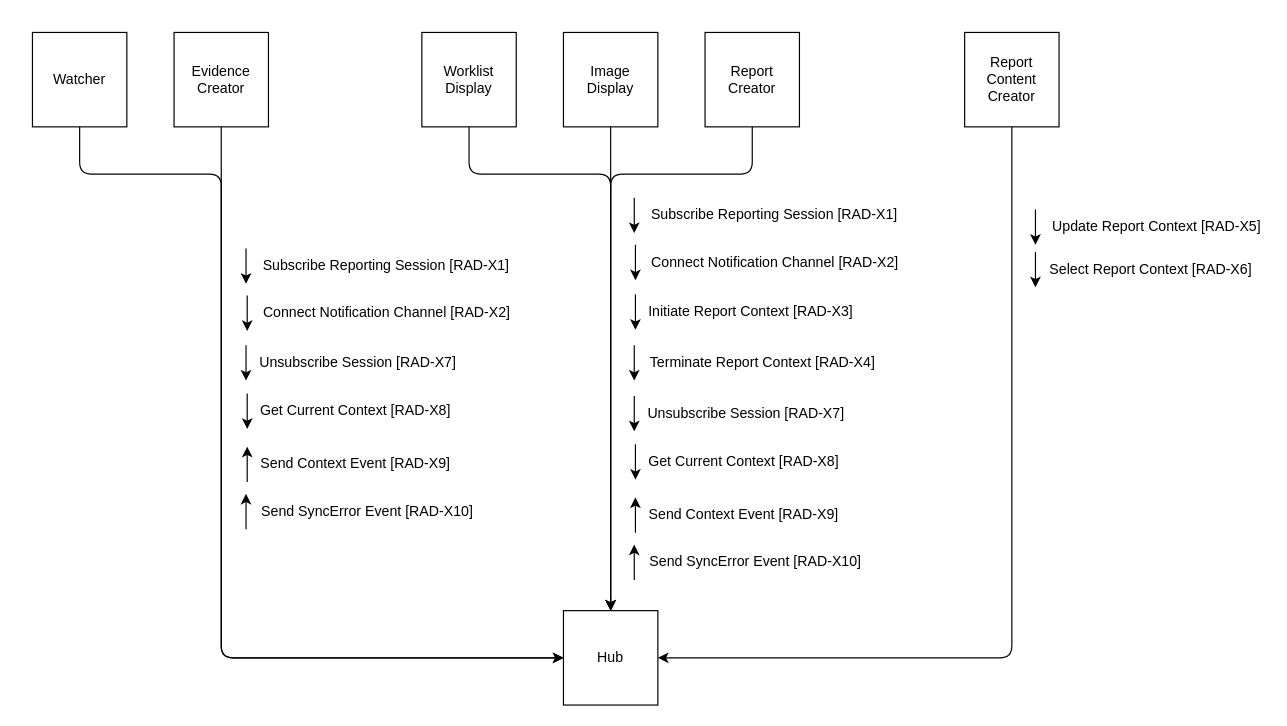
IHE/RAD.IRA keeps this draw.io diagram as page "Full Actors Only" (1 of 4) of input/images-source/actor_transaction.drawio. Above is the earlier version. Source tidied: cells renumbered, new cells numbered last; positions are measured from the earlier drawing's top-left corner, leaving out a move shared by most shapes. Both pictures are drawn from the tidied source at 118%, with x=0, y=0 at pixel (32, 32).
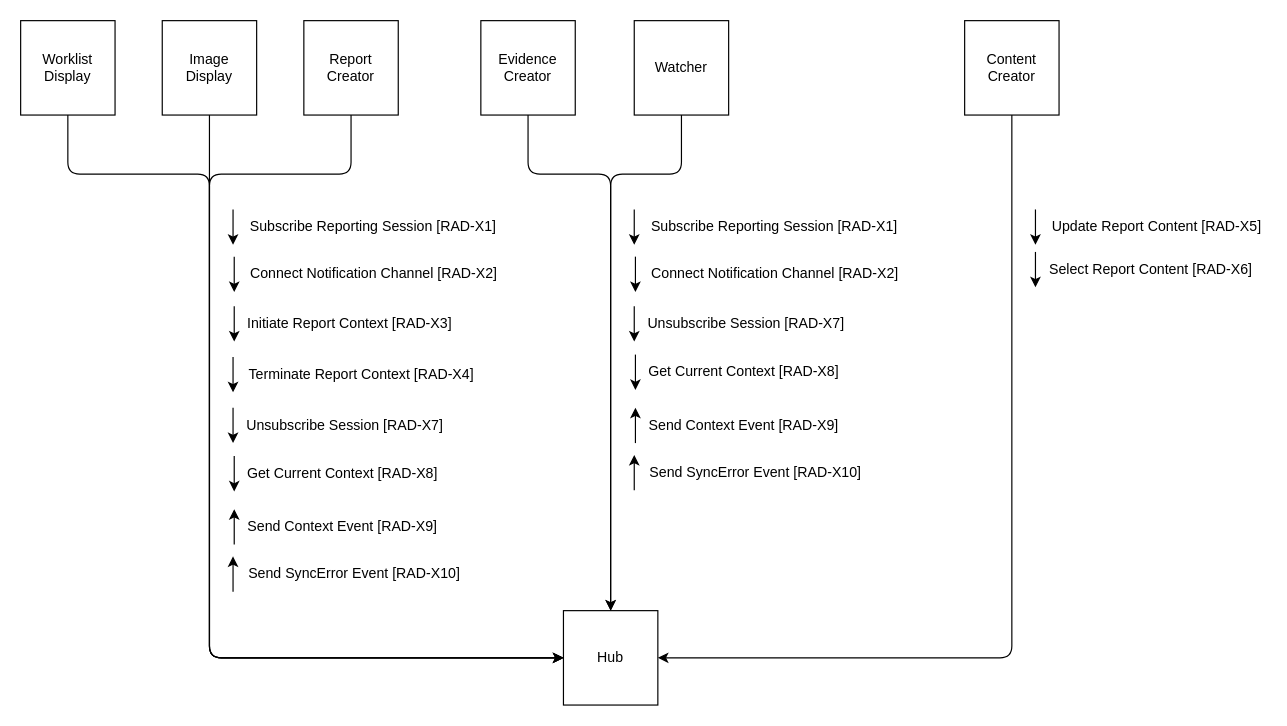
After the change.

Commit message (it also covers changes not shown here):
Updated the actors order. Rename to Content Creator.

Unchanged cells that the change refers to:
```xml
<mxCell id="8" value="Hub" style="whiteSpace=wrap;html=1;" parent="1" vertex="1">
  <mxGeometry x="450" y="490" width="80" height="80" as="geometry" />
</mxCell>
<mxCell id="45" style="group;" parent="1" vertex="1">
  <mxGeometry x="850" y="150" width="196" height="66" as="geometry" />
</mxCell>
```

Diff of the diagram source:
```diff
@@
-    <mxCell id="2" style="edgeStyle=none;html=1;exitX=0.5;exitY=1;exitDx=0;exitDy=0;" parent="1" edge="1" source="3">
-      <mxGeometry relative="1" as="geometry">
-        <mxPoint x="490" y="490" as="targetPoint" />
-        <Array as="points">
-          <mxPoint x="370" y="120" />
-          <mxPoint x="490" y="120" />
-        </Array>
-      </mxGeometry>
-    </mxCell>
+    <mxCell id="50" style="edgeStyle=none;html=1;exitX=0.5;exitY=1;exitDx=0;exitDy=0;" parent="1" edge="1" source="3">
+      <mxGeometry relative="1" as="geometry">
+        <mxPoint x="450" y="530" as="targetPoint" />
+        <Array as="points">
+          <mxPoint x="30" y="120" />
+          <mxPoint x="150" y="120" />
+          <mxPoint x="150" y="530" />
+        </Array>
+      </mxGeometry>
+    </mxCell>
     <mxCell id="3" value="Worklist Display" style="whiteSpace=wrap;html=1;" parent="1" vertex="1">
-      <mxGeometry x="330" width="80" height="80" as="geometry" />
+      <mxGeometry x="-10" y="-10" width="80" height="80" as="geometry" />
     </mxCell>
-    <mxCell id="4" style="edgeStyle=none;html=1;exitX=0.5;exitY=1;exitDx=0;exitDy=0;entryX=0.5;entryY=0;entryDx=0;entryDy=0;" parent="1" edge="1" source="5" target="8">
-      <mxGeometry relative="1" as="geometry" />
+    <mxCell id="4" style="edgeStyle=none;html=1;exitX=0.5;exitY=1;exitDx=0;exitDy=0;entryX=0;entryY=0.5;entryDx=0;entryDy=0;" parent="1" edge="1" source="5" target="8">
+      <mxGeometry relative="1" as="geometry">
+        <Array as="points">
+          <mxPoint x="150" y="530" />
+        </Array>
+      </mxGeometry>
     </mxCell>
     <mxCell id="5" value="Image&lt;br&gt;Display" style="whiteSpace=wrap;html=1;" parent="1" vertex="1">
-      <mxGeometry x="450" width="80" height="80" as="geometry" />
+      <mxGeometry x="110" y="-10" width="80" height="80" as="geometry" />
     </mxCell>
-    <mxCell id="6" style="edgeStyle=none;html=1;exitX=0.5;exitY=1;exitDx=0;exitDy=0;entryX=0.5;entryY=0;entryDx=0;entryDy=0;" parent="1" edge="1" source="7" target="8">
+    <mxCell id="6" style="edgeStyle=none;html=1;exitX=0.5;exitY=1;exitDx=0;exitDy=0;entryX=0;entryY=0.5;entryDx=0;entryDy=0;" parent="1" edge="1" source="7" target="8">
       <mxGeometry relative="1" as="geometry">
         <Array as="points">
-          <mxPoint x="610" y="120" />
-          <mxPoint x="490" y="120" />
+          <mxPoint x="270" y="120" />
+          <mxPoint x="150" y="120" />
+          <mxPoint x="150" y="530" />
         </Array>
       </mxGeometry>
     </mxCell>
     <mxCell id="7" value="Report Creator" style="whiteSpace=wrap;html=1;" parent="1" vertex="1">
-      <mxGeometry x="570" width="80" height="80" as="geometry" />
+      <mxGeometry x="230" y="-10" width="80" height="80" as="geometry" />
     </mxCell>
@@
     <mxCell id="9" style="group;" parent="1" vertex="1">
-      <mxGeometry x="510" y="140" width="229" height="324" as="geometry" />
+      <mxGeometry x="170" y="150" width="229" height="324" as="geometry" />
     </mxCell>
@@
-    <mxCell id="26" style="edgeStyle=none;html=1;exitX=0.5;exitY=1;exitDx=0;exitDy=0;" parent="1" edge="1" source="27">
-      <mxGeometry relative="1" as="geometry">
-        <mxPoint x="450" y="530" as="targetPoint" />
-        <Array as="points">
-          <mxPoint x="40" y="120" />
-          <mxPoint x="160" y="120" />
-          <mxPoint x="160" y="530" />
-        </Array>
-      </mxGeometry>
-    </mxCell>
+    <mxCell id="51" style="edgeStyle=none;html=1;exitX=0.5;exitY=1;exitDx=0;exitDy=0;entryX=0.5;entryY=0;entryDx=0;entryDy=0;" parent="1" edge="1" source="27" target="8">
+      <mxGeometry relative="1" as="geometry">
+        <Array as="points">
+          <mxPoint x="420" y="120" />
+          <mxPoint x="490" y="120" />
+        </Array>
+      </mxGeometry>
+    </mxCell>
-    <mxCell id="27" value="Watcher" style="whiteSpace=wrap;html=1;" parent="1" vertex="1">
-      <mxGeometry width="80" height="80" as="geometry" />
+    <mxCell id="27" value="Evidence Creator" style="whiteSpace=wrap;html=1;" parent="1" vertex="1">
+      <mxGeometry x="380" y="-10" width="80" height="80" as="geometry" />
     </mxCell>
-    <mxCell id="28" style="edgeStyle=none;html=1;exitX=0.5;exitY=1;exitDx=0;exitDy=0;entryX=0;entryY=0.5;entryDx=0;entryDy=0;" parent="1" edge="1" source="29" target="8">
+    <mxCell id="28" style="edgeStyle=none;html=1;exitX=0.5;exitY=1;exitDx=0;exitDy=0;entryX=0.5;entryY=0;entryDx=0;entryDy=0;" parent="1" edge="1" source="29" target="8">
       <mxGeometry relative="1" as="geometry">
         <Array as="points">
-          <mxPoint x="160" y="530" />
+          <mxPoint x="550" y="120" />
+          <mxPoint x="490" y="120" />
         </Array>
       </mxGeometry>
     </mxCell>
-    <mxCell id="29" value="Evidence Creator" style="whiteSpace=wrap;html=1;" parent="1" vertex="1">
-      <mxGeometry x="120" width="80" height="80" as="geometry" />
+    <mxCell id="29" value="Watcher" style="whiteSpace=wrap;html=1;" parent="1" vertex="1">
+      <mxGeometry x="510" y="-10" width="80" height="80" as="geometry" />
     </mxCell>
     <mxCell id="30" style="group;" parent="1" vertex="1">
-      <mxGeometry x="181" y="183" width="229" height="238" as="geometry" />
+      <mxGeometry x="510" y="150" width="229" height="238" as="geometry" />
     </mxCell>
@@
-    <mxCell id="44" value="Report Content Creator" style="whiteSpace=wrap;html=1;" parent="1" vertex="1">
-      <mxGeometry x="790" width="80" height="80" as="geometry" />
+    <mxCell id="44" value="Content Creator" style="whiteSpace=wrap;html=1;" parent="1" vertex="1">
+      <mxGeometry x="790" y="-10" width="80" height="80" as="geometry" />
     </mxCell>
@@
-    <mxCell id="47" value="Update Report Context [RAD-X5]" style="text;html=1;strokeColor=none;fillColor=none;align=center;verticalAlign=middle;whiteSpace=wrap;rounded=0;" parent="45" vertex="1">
+    <mxCell id="47" value="Update Report Content [RAD-X5]" style="text;html=1;strokeColor=none;fillColor=none;align=center;verticalAlign=middle;whiteSpace=wrap;rounded=0;" parent="45" vertex="1">
       <mxGeometry x="10" width="186" height="30" as="geometry" />
     </mxCell>
@@
-    <mxCell id="49" value="Select Report Context [RAD-X6]" style="text;html=1;strokeColor=none;fillColor=none;align=center;verticalAlign=middle;whiteSpace=wrap;rounded=0;" parent="45" vertex="1">
+    <mxCell id="49" value="Select Report Content [RAD-X6]" style="text;html=1;strokeColor=none;fillColor=none;align=center;verticalAlign=middle;whiteSpace=wrap;rounded=0;" parent="45" vertex="1">
       <mxGeometry x="10" y="36" width="176" height="30" as="geometry" />
     </mxCell>
```
